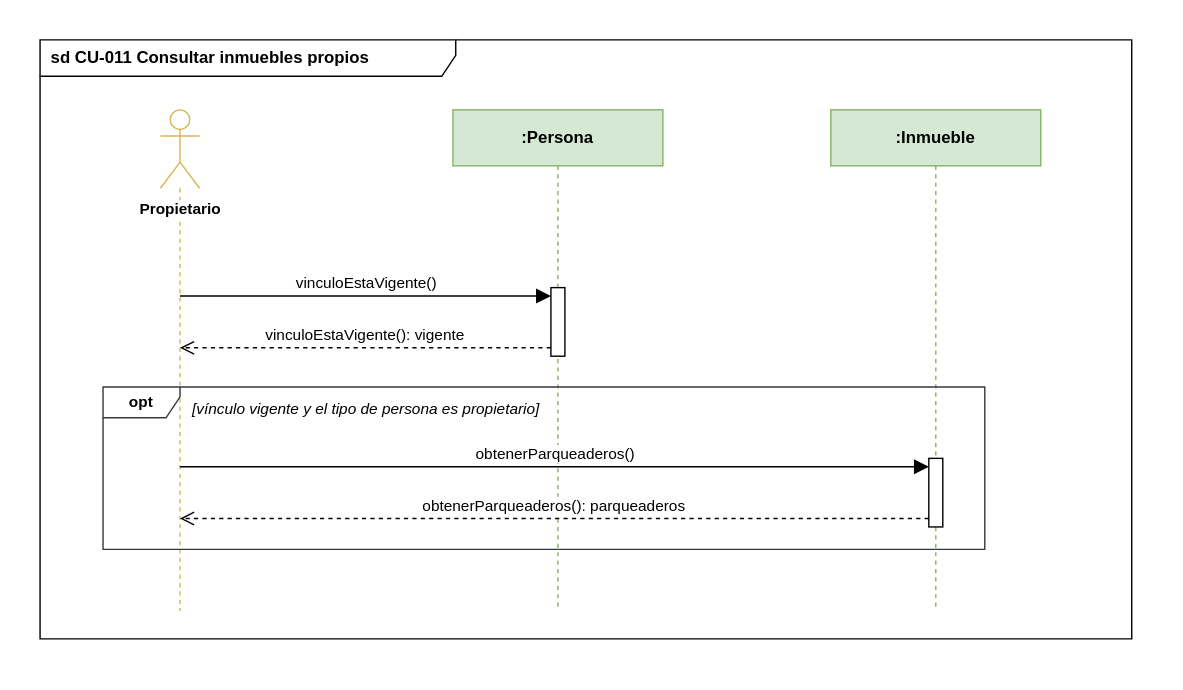
Before: docs/diagramas/Secuencia/cu-011-consultar-inmuebles-propios.svg, a diagram exported from draw.io (yor1008/propiedad-horizontal-back-end). Source tidied: cells renumbered, new cells last; positions are measured from the earlier drawing's top-left corner, leaving out a move shared by most shapes. Source of this version:
```xml
<mxGraphModel>
  <root>
    <mxCell id="0" />
    <mxCell id="1" parent="0" />
    <mxCell id="2" value="sd CU-011 Consultar inmuebles propios" style="shape=umlFrame;whiteSpace=wrap;html=1;fillColor=#ffffff;strokeColor=#000000;fontStyle=1;fontSize=12;align=left;spacingLeft=6;width=297;height=26;" parent="1" vertex="1">
      <mxGeometry width="780" height="428" as="geometry" />
    </mxCell>
    <mxCell id="3" value="Propietario" style="shape=umlLifeline;participant=umlActor;perimeter=lifelinePerimeter;whiteSpace=nowrap;html=1;outlineConnect=0;portConstraint=eastwest;size=56;verticalAlign=top;spacingTop=58;labelBackgroundColor=#ffffff;fontStyle=1;fontSize=11;fillColor=#ffffff;strokeColor=#d6b656;" parent="1" vertex="1">
      <mxGeometry x="86" y="50" width="28" height="358" as="geometry" />
    </mxCell>
    <mxCell id="4" value=":Persona" style="shape=umlLifeline;perimeter=lifelinePerimeter;whiteSpace=wrap;html=1;size=40;fillColor=#d5e8d4;strokeColor=#82b366;fontStyle=1;fontSize=12;" parent="1" vertex="1">
      <mxGeometry x="295" y="50" width="150" height="358" as="geometry" />
    </mxCell>
    <mxCell id="5" value=":Inmueble" style="shape=umlLifeline;perimeter=lifelinePerimeter;whiteSpace=wrap;html=1;size=40;fillColor=#d5e8d4;strokeColor=#82b366;fontStyle=1;fontSize=12;" parent="1" vertex="1">
      <mxGeometry x="565" y="50" width="150" height="358" as="geometry" />
    </mxCell>
    <mxCell id="6" value="opt" style="shape=umlFrame;whiteSpace=wrap;html=1;fillColor=#ffffff;strokeColor=#36393d;fontStyle=1;fontSize=11;width=55;height=22;" parent="1" vertex="1">
      <mxGeometry x="45" y="248" width="630" height="116" as="geometry" />
    </mxCell>
    <mxCell id="7" style="html=1;points=[];perimeter=orthogonalPerimeter;fillColor=#ffffff;strokeColor=#000000;" parent="1" vertex="1">
      <mxGeometry x="365" y="177" width="10" height="49" as="geometry" />
    </mxCell>
    <mxCell id="8" style="html=1;points=[];perimeter=orthogonalPerimeter;fillColor=#ffffff;strokeColor=#000000;" parent="1" vertex="1">
      <mxGeometry x="635" y="299" width="10" height="49" as="geometry" />
    </mxCell>
    <mxCell id="9" value="vinculoEstaVigente()" style="html=1;verticalAlign=bottom;rounded=0;fontSize=11;strokeColor=#000000;endArrow=block;endFill=1;endSize=8;exitX=0.5000;exitY=0.3715;exitDx=0;exitDy=0;exitPerimeter=0;entryX=0.0000;entryY=0.1224;entryDx=0;entryDy=0;entryPerimeter=0;" parent="1" edge="1" source="3" target="7">
      <mxGeometry relative="1" as="geometry" />
    </mxCell>
    <mxCell id="10" value="vinculoEstaVigente(): vigente" style="html=1;verticalAlign=bottom;rounded=0;fontSize=11;strokeColor=#000000;dashed=1;endArrow=open;endFill=0;endSize=8;exitX=0.0000;exitY=0.8776;exitDx=0;exitDy=0;exitPerimeter=0;entryX=0.5000;entryY=0.4749;entryDx=0;entryDy=0;entryPerimeter=0;" parent="1" edge="1" source="7" target="3">
      <mxGeometry relative="1" as="geometry" />
    </mxCell>
    <mxCell id="11" value="obtenerParqueaderos()" style="html=1;verticalAlign=bottom;rounded=0;fontSize=11;strokeColor=#000000;endArrow=block;endFill=1;endSize=8;exitX=0.5000;exitY=0.7123;exitDx=0;exitDy=0;exitPerimeter=0;entryX=0.0000;entryY=0.1224;entryDx=0;entryDy=0;entryPerimeter=0;" parent="1" edge="1" source="3" target="8">
      <mxGeometry relative="1" as="geometry" />
    </mxCell>
    <mxCell id="12" value="obtenerParqueaderos(): parqueaderos" style="html=1;verticalAlign=bottom;rounded=0;fontSize=11;strokeColor=#000000;dashed=1;endArrow=open;endFill=0;endSize=8;exitX=0.0000;exitY=0.8776;exitDx=0;exitDy=0;exitPerimeter=0;entryX=0.5000;entryY=0.8156;entryDx=0;entryDy=0;entryPerimeter=0;" parent="1" edge="1" source="8" target="3">
      <mxGeometry relative="1" as="geometry" />
    </mxCell>
    <mxCell id="13" value="[vínculo vigente y el tipo de persona es propietario]" style="text;html=1;align=left;verticalAlign=top;whiteSpace=wrap;fontSize=11;fontStyle=2;" parent="1" vertex="1">
      <mxGeometry x="107" y="251" width="560" height="22" as="geometry" />
    </mxCell>
  </root>
</mxGraphModel>
```
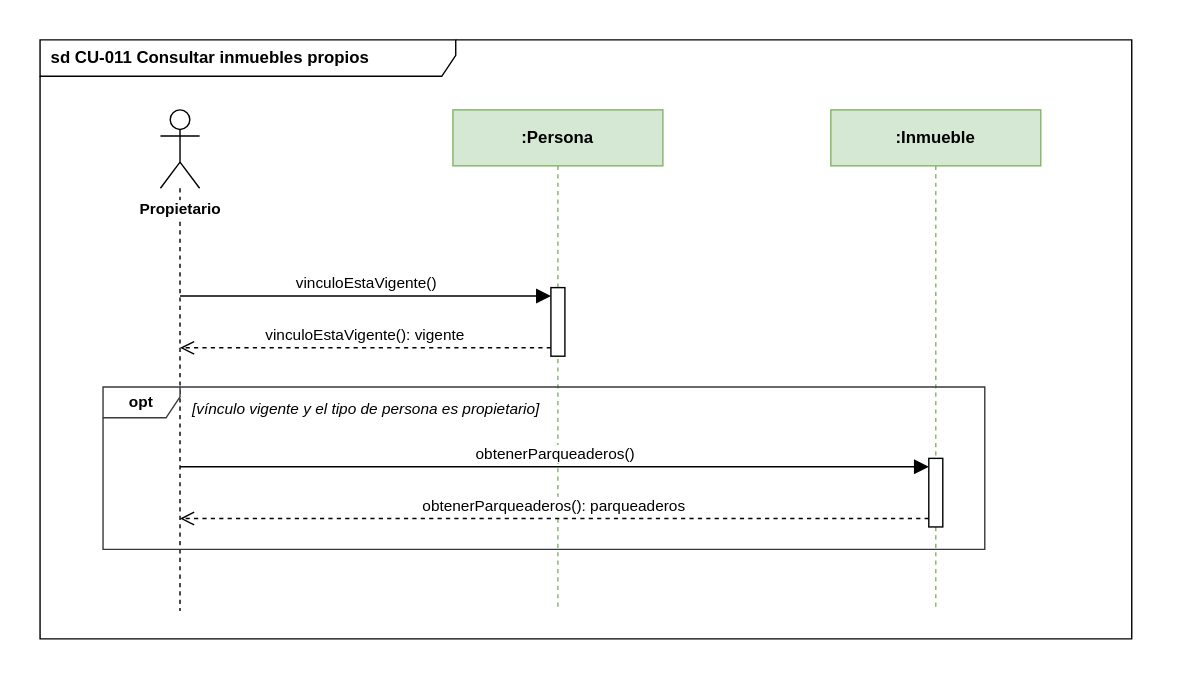
Later version of the same file.

Change to the diagram source:
```diff
@@ -5,7 +5,7 @@
     <mxCell id="2" value="sd CU-011 Consultar inmuebles propios" style="shape=umlFrame;whiteSpace=wrap;html=1;fillColor=#ffffff;strokeColor=#000000;fontStyle=1;fontSize=12;align=left;spacingLeft=6;width=297;height=26;" parent="1" vertex="1">
       <mxGeometry width="780" height="428" as="geometry" />
     </mxCell>
-    <mxCell id="3" value="Propietario" style="shape=umlLifeline;participant=umlActor;perimeter=lifelinePerimeter;whiteSpace=nowrap;html=1;outlineConnect=0;portConstraint=eastwest;size=56;verticalAlign=top;spacingTop=58;labelBackgroundColor=#ffffff;fontStyle=1;fontSize=11;fillColor=#ffffff;strokeColor=#d6b656;" parent="1" vertex="1">
+    <mxCell id="3" value="Propietario" style="shape=umlLifeline;participant=umlActor;perimeter=lifelinePerimeter;whiteSpace=nowrap;html=1;outlineConnect=0;portConstraint=eastwest;size=56;verticalAlign=top;spacingTop=58;labelBackgroundColor=#ffffff;fontStyle=1;fontSize=11;fillColor=#ffffff;strokeColor=#000000;" parent="1" vertex="1">
       <mxGeometry x="86" y="50" width="28" height="358" as="geometry" />
     </mxCell>
     <mxCell id="4" value=":Persona" style="shape=umlLifeline;perimeter=lifelinePerimeter;whiteSpace=wrap;html=1;size=40;fillColor=#d5e8d4;strokeColor=#82b366;fontStyle=1;fontSize=12;" parent="1" vertex="1">
```
